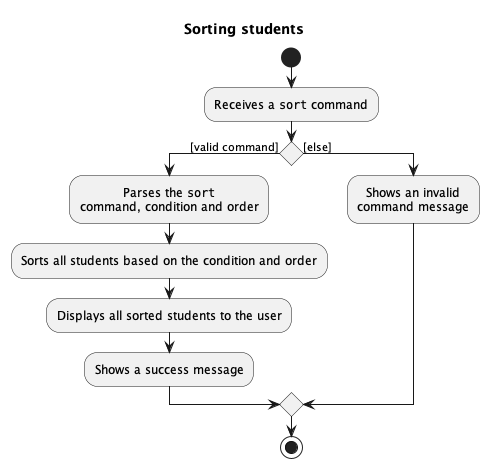
Before: docs/images/SortCommandActivityDiagram.png, a diagram exported from PlantUML (nus-cs2103-AY2223S1/tp). The source it was exported from:
```plantuml
@startuml

!include style.puml
title Sorting students

start

:Receives a ""sort"" command;

if () then ([valid command])
    :Parses the ""sort""
    command, condition and order;

    :Sorts all students based on the condition and order;

    :Displays all sorted students to the user;

    :Shows a success message;

else ([else])

    :Shows an invalid
    command message;

endif

stop

@enduml
```
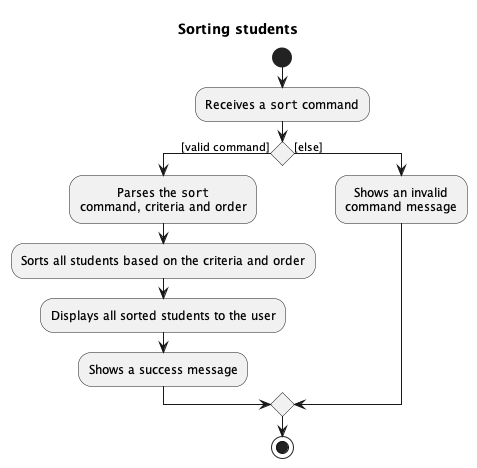
Above is the later version.

Change to the diagram source:
```diff
@@ -9,9 +9,9 @@
 
 if () then ([valid command])
     :Parses the ""sort""
-    command, condition and order;
+    command, criteria and order;
 
-    :Sorts all students based on the condition and order;
+    :Sorts all students based on the criteria and order;
 
     :Displays all sorted students to the user;
 
```
